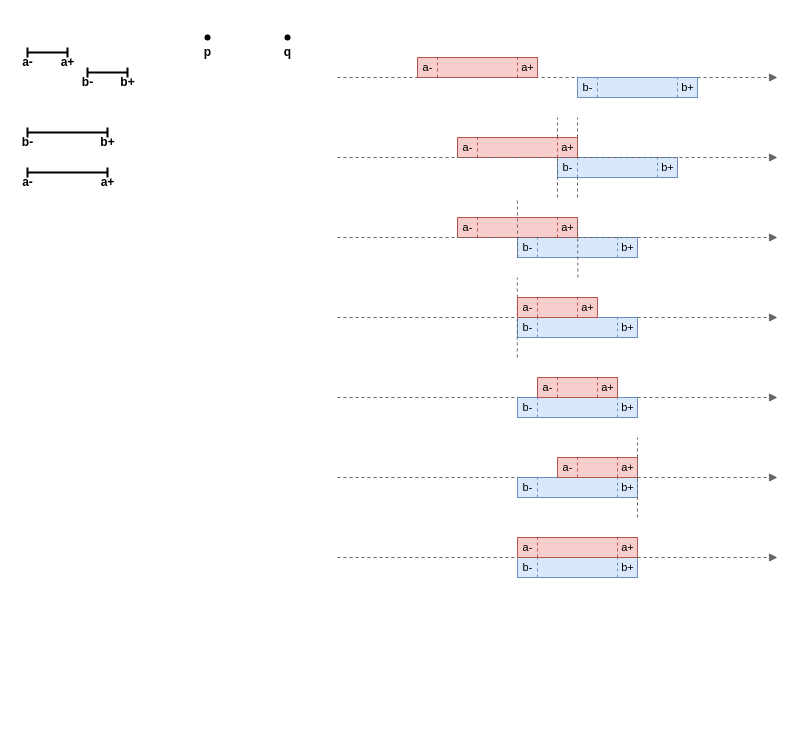
Before: page "Relations-Src" (4 of 4) of res/resources.drawio in gchudnov/mindthegap, a draw.io diagram. Source tidied: cells renumbered, new cells numbered last; positions are measured from the earlier drawing's top-left corner, leaving out a move shared by most shapes. Both pictures are drawn from the tidied source at 100%, with x=0, y=0 at pixel (17, 17).
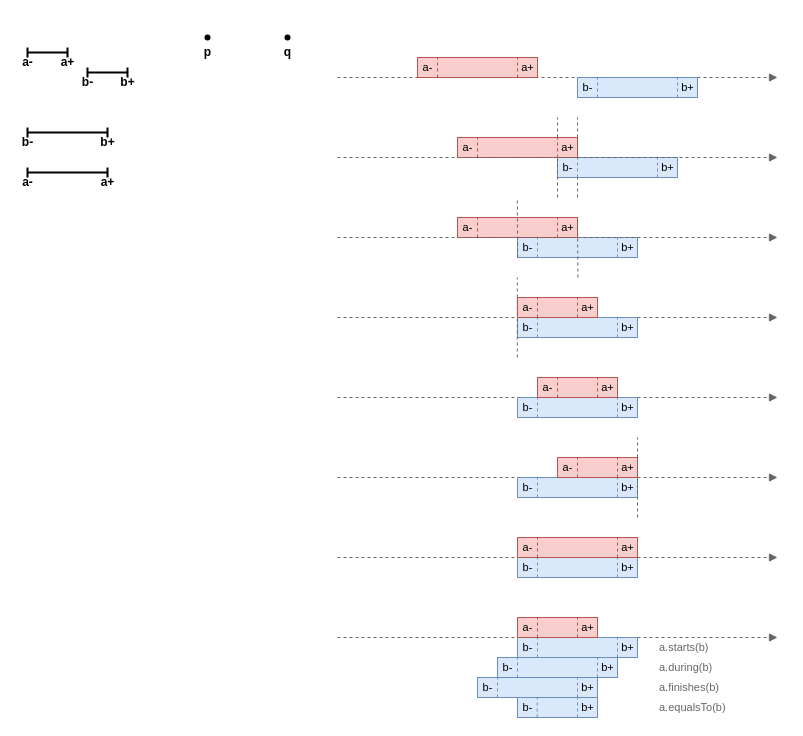
The same diagram, later.

Diff of the diagram source:
```diff
@@
+    <mxCell id="117" style="endArrow=block;html=1;fontSize=12;strokeWidth=1;fillColor=#f5f5f5;strokeColor=#666666;endFill=1;dashed=1;" parent="1" edge="1">
+      <mxGeometry relative="1" as="geometry">
+        <mxPoint x="320" y="620" as="sourcePoint" />
+        <mxPoint x="760" y="620" as="targetPoint" />
+      </mxGeometry>
+    </mxCell>
+    <mxCell id="118" style="group;" parent="1" vertex="1">
+      <mxGeometry x="500" y="620" width="120" height="20" as="geometry" />
+    </mxCell>
+    <mxCell id="119" style="rounded=0;whiteSpace=wrap;html=1;fontSize=12;strokeWidth=1;fillColor=#dae8fc;strokeColor=#6c8ebf;" parent="118" vertex="1">
+      <mxGeometry width="120" height="20" as="geometry" />
+    </mxCell>
+    <mxCell id="120" value="b-" style="text;html=1;strokeColor=none;fillColor=none;align=center;verticalAlign=middle;rounded=0;fontSize=11;" parent="118" vertex="1">
+      <mxGeometry width="20" height="20" as="geometry" />
+    </mxCell>
+    <mxCell id="121" value="b+" style="text;strokeColor=none;fillColor=none;align=center;verticalAlign=middle;rounded=0;fontSize=11;html=1;spacing=2;" parent="118" vertex="1">
+      <mxGeometry x="100" width="20" height="20" as="geometry" />
+    </mxCell>
+    <mxCell id="122" style="endArrow=none;dashed=1;html=1;strokeWidth=1;fontSize=11;fillColor=#dae8fc;strokeColor=#6c8ebf;" parent="118" edge="1">
+      <mxGeometry relative="1" as="geometry">
+        <mxPoint x="100" y="20" as="sourcePoint" />
+        <mxPoint x="100" as="targetPoint" />
+      </mxGeometry>
+    </mxCell>
+    <mxCell id="123" style="endArrow=none;dashed=1;html=1;strokeWidth=1;fontSize=11;fillColor=#dae8fc;strokeColor=#6c8ebf;" parent="118" edge="1">
+      <mxGeometry relative="1" as="geometry">
+        <mxPoint x="20" y="20" as="sourcePoint" />
+        <mxPoint x="20" as="targetPoint" />
+      </mxGeometry>
+    </mxCell>
+    <mxCell id="124" style="group;" parent="1" vertex="1">
+      <mxGeometry x="500" y="600" width="80" height="20" as="geometry" />
+    </mxCell>
+    <mxCell id="125" style="rounded=0;whiteSpace=wrap;html=1;fontSize=12;strokeWidth=1;fillColor=#f8cecc;strokeColor=#b85450;" parent="124" vertex="1">
+      <mxGeometry width="80" height="20" as="geometry" />
+    </mxCell>
+    <mxCell id="126" value="&lt;p style=&quot;line-height: 1.2&quot;&gt;a-&lt;/p&gt;" style="text;html=1;strokeColor=none;fillColor=none;align=center;verticalAlign=middle;rounded=0;fontSize=11;labelPosition=center;verticalLabelPosition=middle;horizontal=1;" parent="124" vertex="1">
+      <mxGeometry width="20" height="20" as="geometry" />
+    </mxCell>
+    <mxCell id="127" value="a+" style="text;html=1;strokeColor=none;fillColor=none;align=center;verticalAlign=middle;rounded=0;fontSize=11;spacing=2;" parent="124" vertex="1">
+      <mxGeometry x="60" width="20" height="20" as="geometry" />
+    </mxCell>
+    <mxCell id="128" style="endArrow=none;dashed=1;html=1;strokeWidth=1;fontSize=11;fillColor=#f8cecc;strokeColor=#b85450;" parent="124" edge="1">
+      <mxGeometry relative="1" as="geometry">
+        <mxPoint x="60" y="20" as="sourcePoint" />
+        <mxPoint x="60" as="targetPoint" />
+      </mxGeometry>
+    </mxCell>
+    <mxCell id="129" style="endArrow=none;dashed=1;html=1;strokeWidth=1;fontSize=11;fillColor=#f8cecc;strokeColor=#b85450;" parent="124" edge="1">
+      <mxGeometry relative="1" as="geometry">
+        <mxPoint x="20" y="20" as="sourcePoint" />
+        <mxPoint x="20" as="targetPoint" />
+      </mxGeometry>
+    </mxCell>
+    <mxCell id="130" style="group;" parent="1" vertex="1">
+      <mxGeometry x="480" y="640" width="120" height="20" as="geometry" />
+    </mxCell>
+    <mxCell id="131" style="rounded=0;whiteSpace=wrap;html=1;fontSize=12;strokeWidth=1;fillColor=#dae8fc;strokeColor=#6c8ebf;" parent="130" vertex="1">
+      <mxGeometry width="120" height="20" as="geometry" />
+    </mxCell>
+    <mxCell id="132" value="b-" style="text;html=1;strokeColor=none;fillColor=none;align=center;verticalAlign=middle;rounded=0;fontSize=11;" parent="130" vertex="1">
+      <mxGeometry width="20" height="20" as="geometry" />
+    </mxCell>
+    <mxCell id="133" value="b+" style="text;strokeColor=none;fillColor=none;align=center;verticalAlign=middle;rounded=0;fontSize=11;html=1;spacing=2;" parent="130" vertex="1">
+      <mxGeometry x="100" width="20" height="20" as="geometry" />
+    </mxCell>
+    <mxCell id="134" style="endArrow=none;dashed=1;html=1;strokeWidth=1;fontSize=11;fillColor=#dae8fc;strokeColor=#6c8ebf;" parent="130" edge="1">
+      <mxGeometry relative="1" as="geometry">
+        <mxPoint x="100" y="20" as="sourcePoint" />
+        <mxPoint x="100" as="targetPoint" />
+      </mxGeometry>
+    </mxCell>
+    <mxCell id="135" style="endArrow=none;dashed=1;html=1;strokeWidth=1;fontSize=11;fillColor=#dae8fc;strokeColor=#6c8ebf;" parent="130" edge="1">
+      <mxGeometry relative="1" as="geometry">
+        <mxPoint x="20" y="20" as="sourcePoint" />
+        <mxPoint x="20" as="targetPoint" />
+      </mxGeometry>
+    </mxCell>
+    <mxCell id="136" style="group;" parent="1" vertex="1">
+      <mxGeometry x="460" y="660" width="120" height="20" as="geometry" />
+    </mxCell>
+    <mxCell id="137" style="rounded=0;whiteSpace=wrap;html=1;fontSize=12;strokeWidth=1;fillColor=#dae8fc;strokeColor=#6c8ebf;" parent="136" vertex="1">
+      <mxGeometry width="120" height="20" as="geometry" />
+    </mxCell>
+    <mxCell id="138" value="b-" style="text;html=1;strokeColor=none;fillColor=none;align=center;verticalAlign=middle;rounded=0;fontSize=11;" parent="136" vertex="1">
+      <mxGeometry width="20" height="20" as="geometry" />
+    </mxCell>
+    <mxCell id="139" value="b+" style="text;strokeColor=none;fillColor=none;align=center;verticalAlign=middle;rounded=0;fontSize=11;html=1;spacing=2;" parent="136" vertex="1">
+      <mxGeometry x="100" width="20" height="20" as="geometry" />
+    </mxCell>
+    <mxCell id="140" style="endArrow=none;dashed=1;html=1;strokeWidth=1;fontSize=11;fillColor=#dae8fc;strokeColor=#6c8ebf;" parent="136" edge="1">
+      <mxGeometry relative="1" as="geometry">
+        <mxPoint x="100" y="20" as="sourcePoint" />
+        <mxPoint x="100" as="targetPoint" />
+      </mxGeometry>
+    </mxCell>
+    <mxCell id="141" style="endArrow=none;dashed=1;html=1;strokeWidth=1;fontSize=11;fillColor=#dae8fc;strokeColor=#6c8ebf;" parent="136" edge="1">
+      <mxGeometry relative="1" as="geometry">
+        <mxPoint x="20" y="20" as="sourcePoint" />
+        <mxPoint x="20" as="targetPoint" />
+      </mxGeometry>
+    </mxCell>
+    <mxCell id="142" style="group;" parent="1" vertex="1">
+      <mxGeometry x="500" y="680" width="80" height="20" as="geometry" />
+    </mxCell>
+    <mxCell id="143" style="rounded=0;whiteSpace=wrap;html=1;fontSize=12;strokeWidth=1;fillColor=#dae8fc;strokeColor=#6c8ebf;" parent="142" vertex="1">
+      <mxGeometry width="80" height="20" as="geometry" />
+    </mxCell>
+    <mxCell id="144" value="b-" style="text;html=1;strokeColor=none;fillColor=none;align=center;verticalAlign=middle;rounded=0;fontSize=11;" parent="142" vertex="1">
+      <mxGeometry width="20" height="20" as="geometry" />
+    </mxCell>
+    <mxCell id="145" value="b+" style="text;strokeColor=none;fillColor=none;align=center;verticalAlign=middle;rounded=0;fontSize=11;html=1;spacing=2;" parent="142" vertex="1">
+      <mxGeometry x="60" width="20" height="20" as="geometry" />
+    </mxCell>
+    <mxCell id="146" style="endArrow=none;dashed=1;html=1;strokeWidth=1;fontSize=11;fillColor=#dae8fc;strokeColor=#6c8ebf;" parent="142" edge="1">
+      <mxGeometry relative="1" as="geometry">
+        <mxPoint x="60" y="20" as="sourcePoint" />
+        <mxPoint x="60" as="targetPoint" />
+      </mxGeometry>
+    </mxCell>
+    <mxCell id="147" style="endArrow=none;dashed=1;html=1;strokeWidth=1;fontSize=11;fillColor=#dae8fc;strokeColor=#6c8ebf;" parent="142" edge="1">
+      <mxGeometry relative="1" as="geometry">
+        <mxPoint x="19.7" y="20" as="sourcePoint" />
+        <mxPoint x="19.7" as="targetPoint" />
+      </mxGeometry>
+    </mxCell>
+    <mxCell id="148" value="a.starts(b)" style="text;html=1;strokeColor=none;fillColor=none;align=left;verticalAlign=middle;whiteSpace=wrap;rounded=0;fontSize=11;fontColor=#666666;" parent="1" vertex="1">
+      <mxGeometry x="640" y="620" width="80" height="20" as="geometry" />
+    </mxCell>
+    <mxCell id="149" value="a.during(b)" style="text;html=1;strokeColor=none;fillColor=none;align=left;verticalAlign=middle;whiteSpace=wrap;rounded=0;fontSize=11;fontColor=#666666;" parent="1" vertex="1">
+      <mxGeometry x="640" y="640" width="80" height="20" as="geometry" />
+    </mxCell>
+    <mxCell id="150" value="a.finishes(b)" style="text;html=1;strokeColor=none;fillColor=none;align=left;verticalAlign=middle;whiteSpace=wrap;rounded=0;fontSize=11;fontColor=#666666;" parent="1" vertex="1">
+      <mxGeometry x="640" y="660" width="80" height="20" as="geometry" />
+    </mxCell>
+    <mxCell id="151" value="a.equalsTo(b)" style="text;html=1;strokeColor=none;fillColor=none;align=left;verticalAlign=middle;whiteSpace=wrap;rounded=0;fontSize=11;fontColor=#666666;" parent="1" vertex="1">
+      <mxGeometry x="640" y="680" width="80" height="20" as="geometry" />
+    </mxCell>
```
